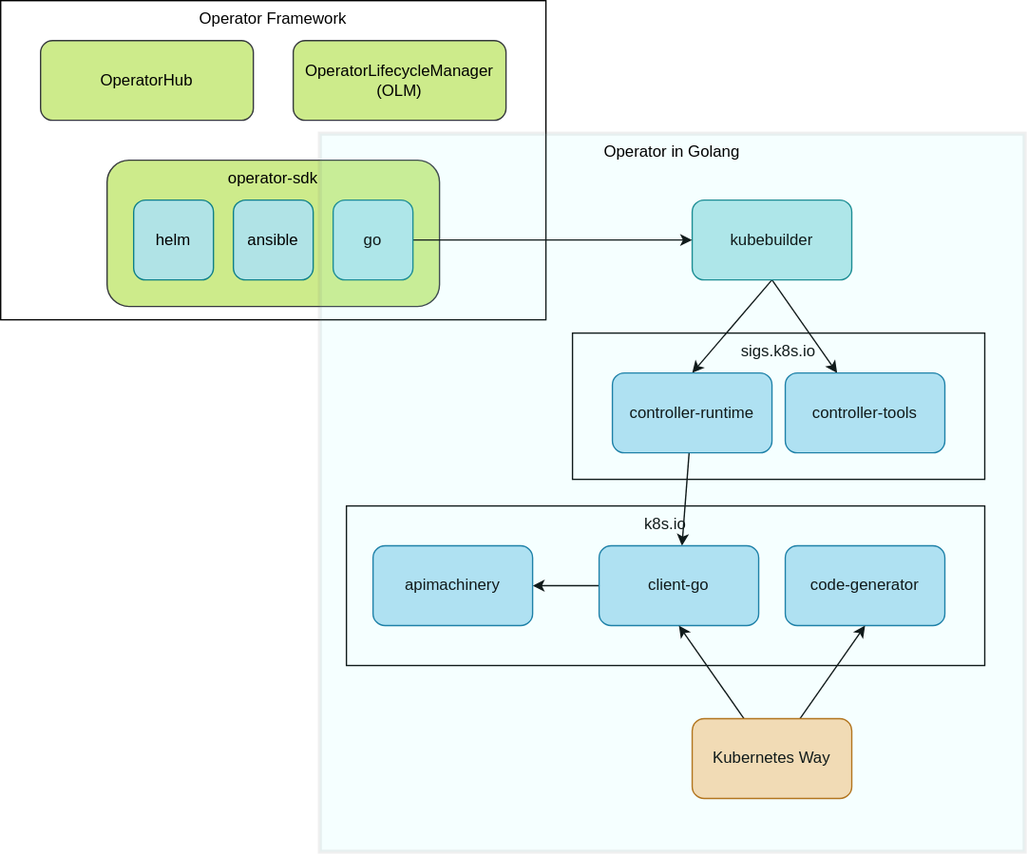
This is 06-operator-development-method/05-methods/comparison.drawio.svg from nakamasato/kubernetes-operator-basics, a draw.io export, as it was before one commit. Source tidied: cells renumbered, new cells last; positions are measured from the earlier drawing's top-left corner, leaving out a move shared by most shapes.
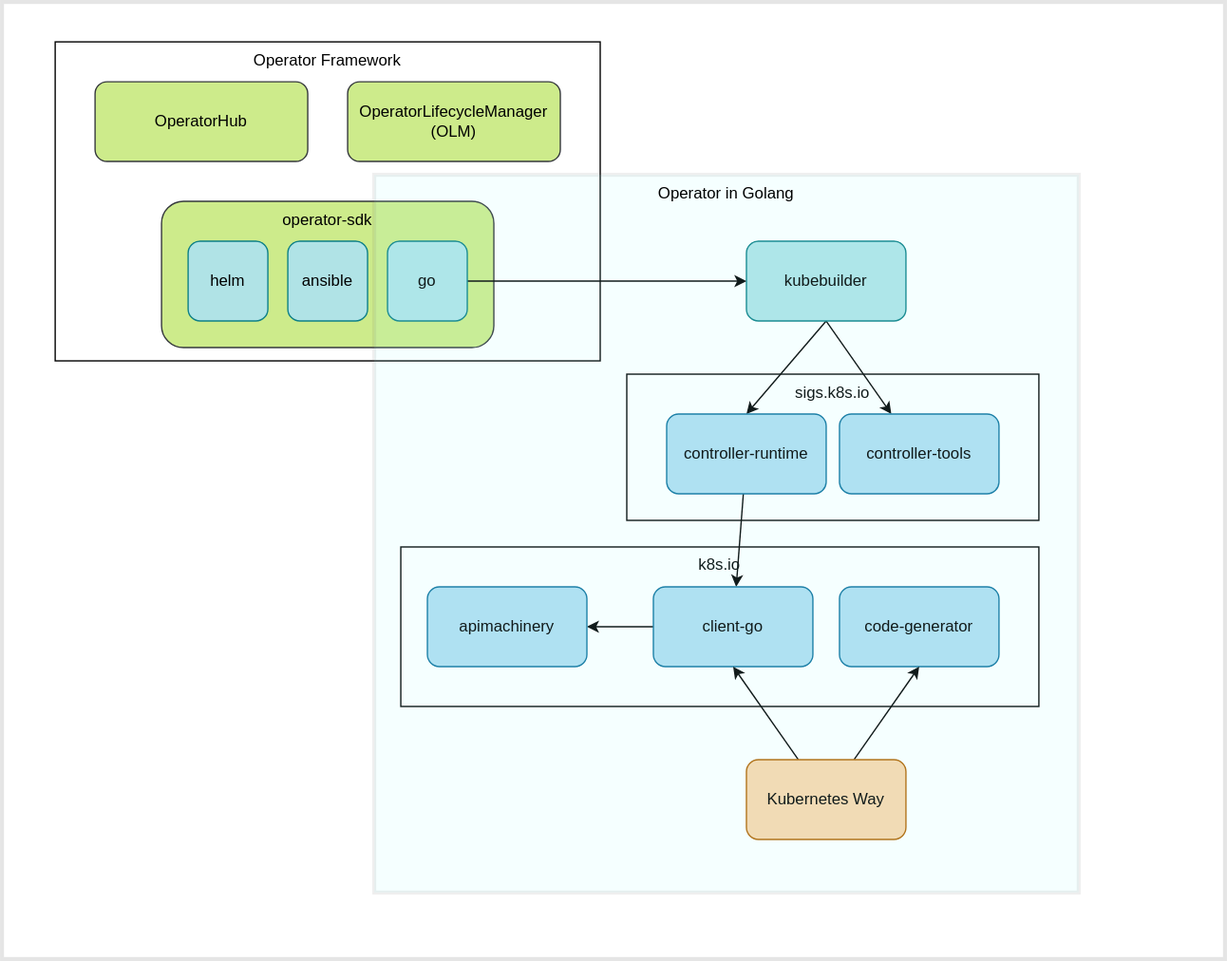
After the commit.

Change to the diagram source:
```diff
@@ -74,5 +74,8 @@
     <mxCell id="25" value="Operator in Golang" style="rounded=0;whiteSpace=wrap;html=1;verticalAlign=top;fillColor=#99FFFF;opacity=10;strokeWidth=3;strokeColor=#666666;" parent="1" vertex="1">
       <mxGeometry x="240" y="100" width="530" height="540" as="geometry" />
     </mxCell>
+    <mxCell id="26" style="rounded=0;whiteSpace=wrap;html=1;strokeColor=default;strokeWidth=3;fillColor=none;opacity=10;" parent="1" vertex="1">
+      <mxGeometry x="-40" y="-30" width="920" height="720" as="geometry" />
+    </mxCell>
   </root>
 </mxGraphModel>
```
